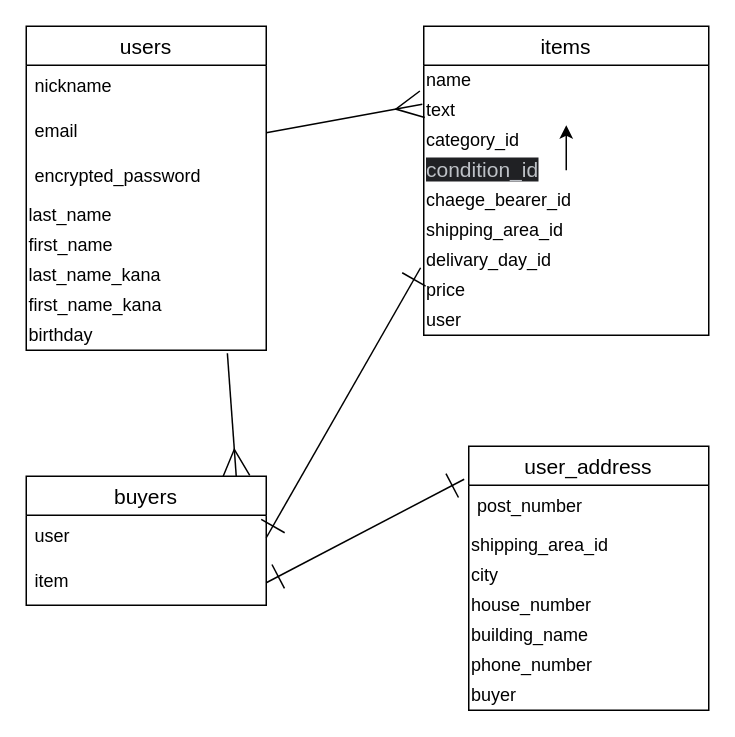
The draw.io diagram test.dio in koki2014/furima-38222, before the edit. Source tidied: cells renumbered, new cells numbered last; positions are measured from the earlier drawing's top-left corner, leaving out a move shared by most shapes. Both pictures are drawn from the tidied source at 150%, with x=0, y=0 at pixel (26, 26).
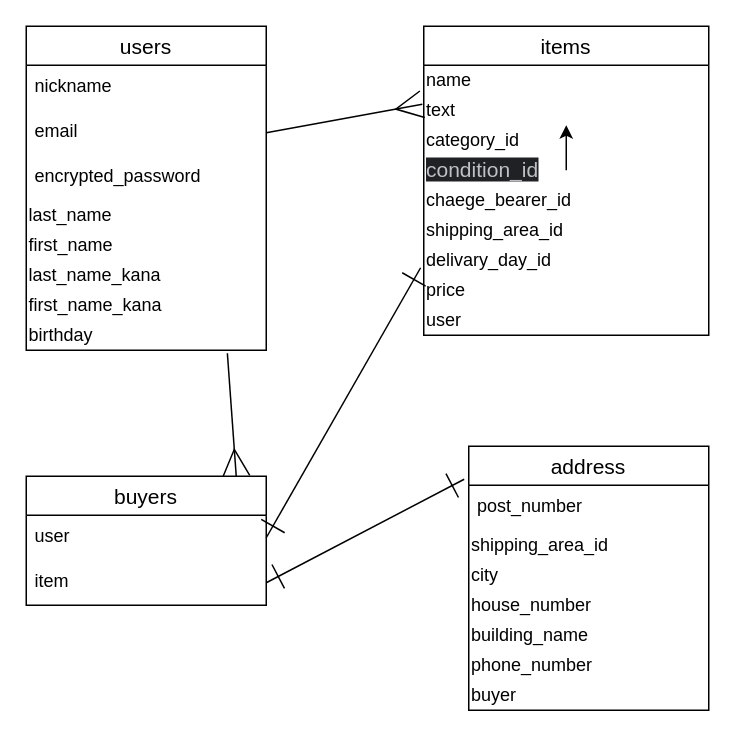
The same diagram, later.

Diff of the diagram source:
```diff
@@
-    <mxCell id="23" value="user_address" style="swimlane;fontStyle=0;horizontal=1;startSize=26;align=center;fontSize=14;" parent="1" vertex="1">
+    <mxCell id="23" value="address" style="swimlane;fontStyle=0;horizontal=1;startSize=26;align=center;fontSize=14;" parent="1" vertex="1">
       <mxGeometry x="295" y="280" width="160" height="176" as="geometry" />
     </mxCell>
```
